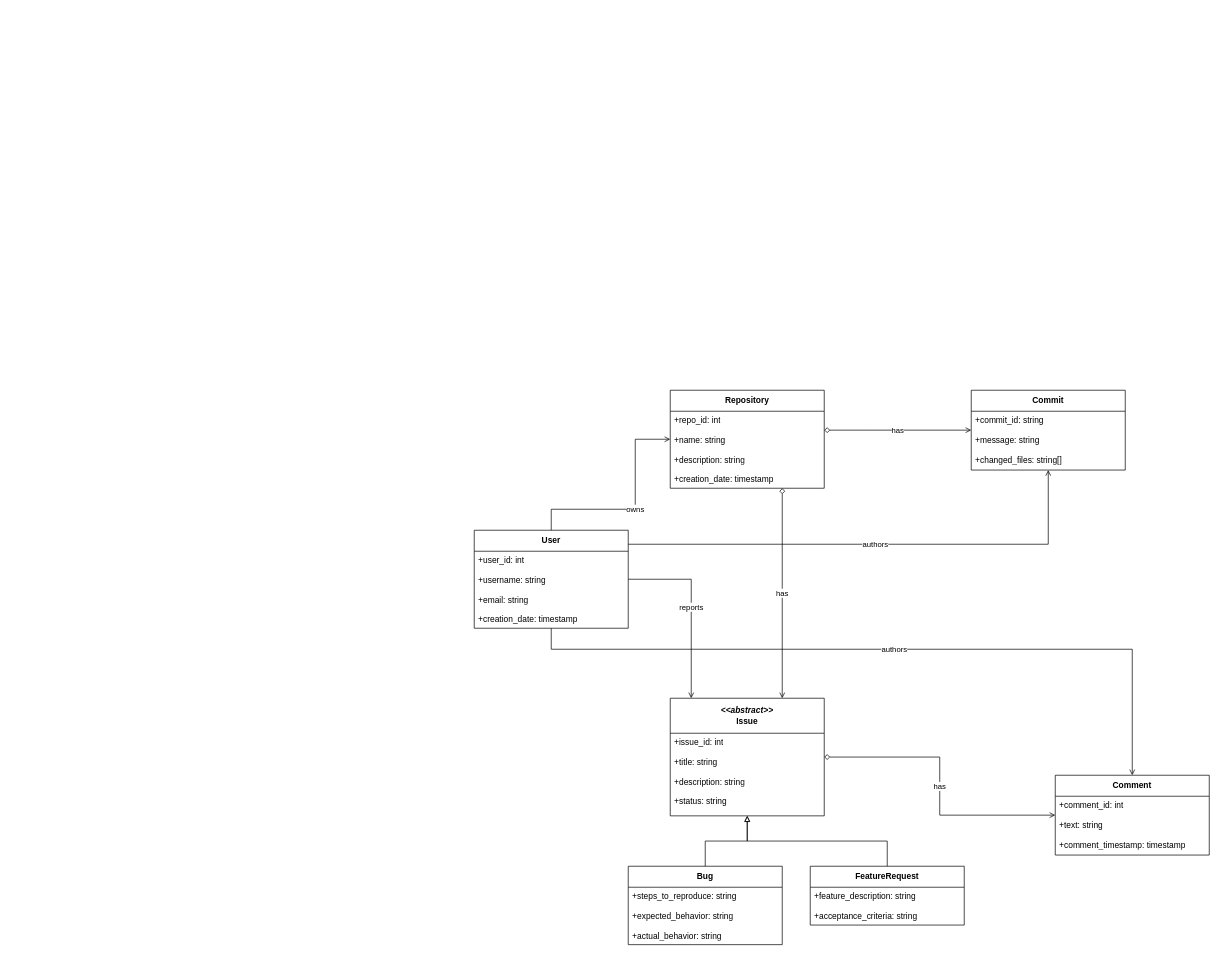
Earlier version of the draw.io diagram class-diagram.drawio (meowveloper-edu/buc-db-assignment-2). Source tidied: cells renumbered, new cells numbered last; positions are measured from the earlier drawing's top-left corner, leaving out a move shared by most shapes. Both pictures are drawn from the tidied source at 70%, with x=0, y=0 at pixel (474, 390).
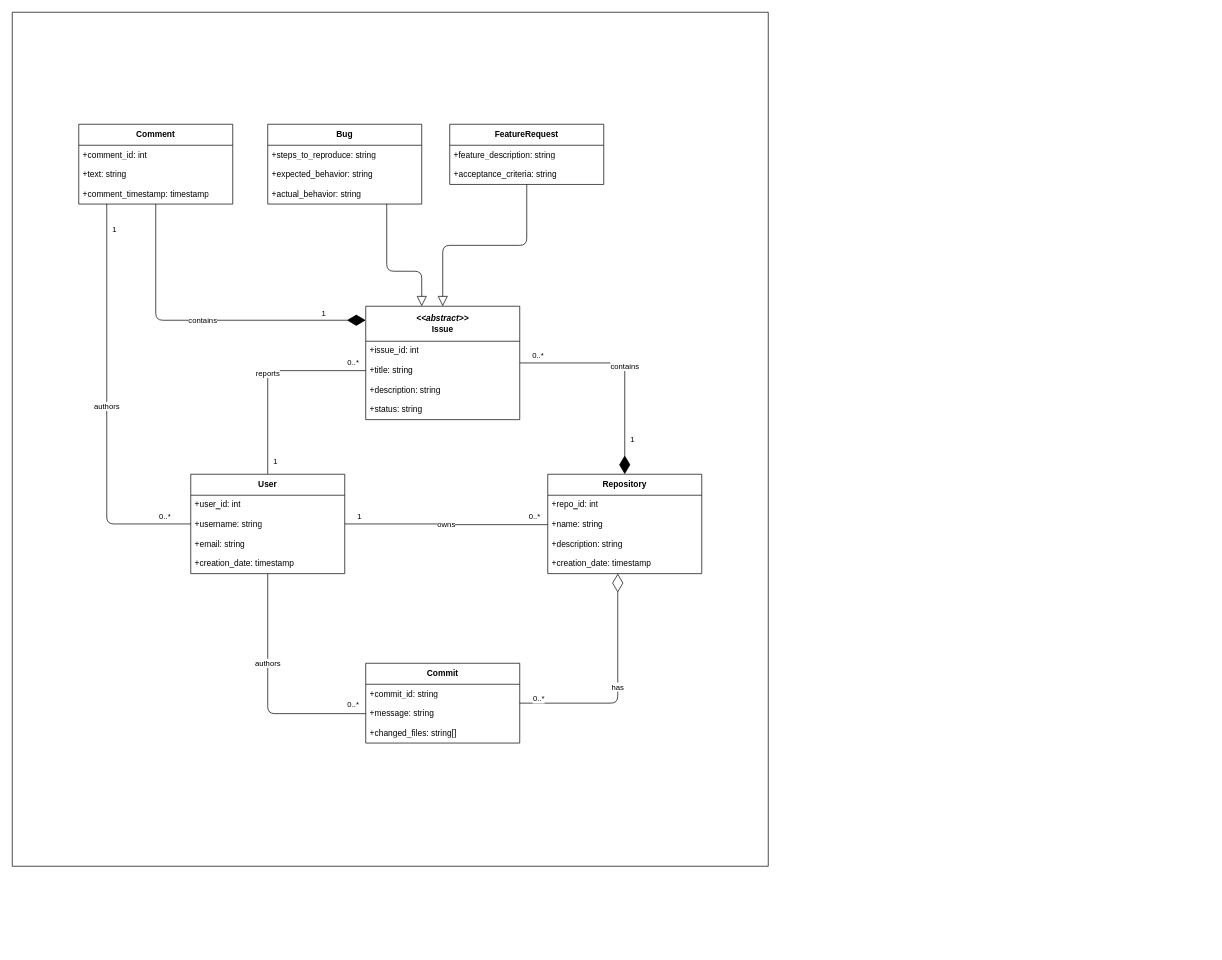
The same page after the edit.

The change refers to these unchanged cells:
```xml
<mxCell id="9" value="+name: string" style="text;strokeColor=none;fillColor=none;align=left;verticalAlign=top;spacingLeft=4;spacingRight=4;overflow=hidden;points=[[0,0.5],[1,0.5]];portConstraint=eastwest;whiteSpace=wrap;html=1;" parent="7" vertex="1">
  <mxGeometry y="58" width="220" height="28" as="geometry" />
</mxCell>
<mxCell id="14" value="+message: string" style="text;strokeColor=none;fillColor=none;align=left;verticalAlign=top;spacingLeft=4;spacingRight=4;overflow=hidden;points=[[0,0.5],[1,0.5]];portConstraint=eastwest;whiteSpace=wrap;html=1;" parent="12" vertex="1">
  <mxGeometry y="58" width="220" height="28" as="geometry" />
</mxCell>
<mxCell id="18" value="+title: string" style="text;strokeColor=none;fillColor=none;align=left;verticalAlign=top;spacingLeft=4;spacingRight=4;overflow=hidden;points=[[0,0.5],[1,0.5]];portConstraint=eastwest;whiteSpace=wrap;html=1;" parent="16" vertex="1">
  <mxGeometry y="78" width="220" height="28" as="geometry" />
</mxCell>
```

Diff of the diagram source:
```diff
@@
+    <mxCell id="41" style="swimlane;startSize=0;" parent="1" vertex="1">
+      <mxGeometry x="-660" y="-540" width="1080" height="1220" as="geometry" />
+    </mxCell>
+    <mxCell id="42" style="group;" parent="41" vertex="1">
+      <mxGeometry x="95" y="160" width="890" height="884" as="geometry" />
+    </mxCell>
+    <mxCell id="32" value="owns" style="edgeStyle=orthogonalEdgeStyle;rounded=1;jettySize=auto;html=1;entryX=0;entryY=0.5;entryDx=0;entryDy=0;endArrow=none;endFill=0;strokeWidth=1;curved=0;" parent="42" edge="1" source="2" target="9">
+      <mxGeometry relative="1" as="geometry" />
+    </mxCell>
+    <mxCell id="43" value="1" style="edgeLabel;html=1;align=center;verticalAlign=middle;" parent="32" vertex="1">
+      <mxGeometry x="-0.66" y="-2" relative="1" as="geometry">
+        <mxPoint x="-29" y="-13" as="offset" />
+      </mxGeometry>
+    </mxCell>
+    <mxCell id="44" value="0..*" style="edgeLabel;html=1;align=center;verticalAlign=middle;" parent="32" vertex="1">
+      <mxGeometry x="0.91" y="1" relative="1" as="geometry">
+        <mxPoint x="-7" y="-11" as="offset" />
+      </mxGeometry>
+    </mxCell>
+    <mxCell id="45" value="authors" style="edgeStyle=orthogonalEdgeStyle;rounded=1;jettySize=auto;html=1;entryX=0;entryY=0.5;entryDx=0;entryDy=0;endArrow=none;endFill=0;strokeWidth=1;curved=0;" parent="42" edge="1" source="2" target="14">
+      <mxGeometry x="-0.25" relative="1" as="geometry" />
+    </mxCell>
+    <mxCell id="46" value="0..*" style="edgeLabel;html=1;align=center;verticalAlign=middle;" parent="45" vertex="1">
+      <mxGeometry x="0.93" relative="1" as="geometry">
+        <mxPoint x="-7" y="-14" as="offset" />
+      </mxGeometry>
+    </mxCell>
+    <mxCell id="34" value="reports" style="edgeStyle=orthogonalEdgeStyle;rounded=1;jettySize=auto;html=1;entryX=0;entryY=0.5;entryDx=0;entryDy=0;curved=0;endArrow=none;endFill=0;" parent="42" edge="1" source="2" target="18">
+      <mxGeometry relative="1" as="geometry" />
+    </mxCell>
+    <mxCell id="47" value="1" style="edgeLabel;html=1;align=center;verticalAlign=middle;" parent="34" vertex="1">
+      <mxGeometry x="-0.87" relative="1" as="geometry">
+        <mxPoint x="10" as="offset" />
+      </mxGeometry>
+    </mxCell>
+    <mxCell id="48" value="0..*" style="edgeLabel;html=1;align=center;verticalAlign=middle;" parent="34" vertex="1">
+      <mxGeometry x="0.88" relative="1" as="geometry">
+        <mxPoint x="-2" y="-12" as="offset" />
+      </mxGeometry>
+    </mxCell>
-    <mxCell id="2" value="User" style="swimlane;fontStyle=1;horizontal=1;startSize=30;fillColor=#ffffff;whiteSpace=wrap;html=1;" parent="1" vertex="1">
-      <mxGeometry y="200" width="220" height="140" as="geometry" />
+    <mxCell id="2" value="User" style="swimlane;fontStyle=1;horizontal=1;startSize=30;fillColor=#ffffff;whiteSpace=wrap;html=1;" parent="42" vertex="1">
+      <mxGeometry x="160" y="500" width="220" height="142" as="geometry" />
     </mxCell>
@@
-    <mxCell id="6" value="+creation_date: timestamp" style="text;strokeColor=none;fillColor=none;align=left;verticalAlign=top;spacingLeft=4;spacingRight=4;overflow=hidden;whiteSpace=wrap;html=1;" parent="2" vertex="1">
-      <mxGeometry y="114" width="220" height="28" as="geometry" />
-    </mxCell>
+    <mxCell id="49" value="+creation_date: timestamp" style="text;strokeColor=none;fillColor=none;align=left;verticalAlign=top;spacingLeft=4;spacingRight=4;overflow=hidden;whiteSpace=wrap;html=1;" parent="2" vertex="1">
+      <mxGeometry y="114" width="220" height="28" as="geometry" />
+    </mxCell>
-    <mxCell id="7" value="Repository" style="swimlane;fontStyle=1;horizontal=1;startSize=30;fillColor=#ffffff;whiteSpace=wrap;html=1;" parent="1" vertex="1">
-      <mxGeometry x="280" width="220" height="140" as="geometry" />
+    <mxCell id="7" value="Repository" style="swimlane;fontStyle=1;horizontal=1;startSize=30;fillColor=#ffffff;whiteSpace=wrap;html=1;" parent="42" vertex="1">
+      <mxGeometry x="670" y="500" width="220" height="142" as="geometry" />
     </mxCell>
@@
-    <mxCell id="11" value="+creation_date: timestamp" style="text;strokeColor=none;fillColor=none;align=left;verticalAlign=top;spacingLeft=4;spacingRight=4;overflow=hidden;whiteSpace=wrap;html=1;" parent="7" vertex="1">
-      <mxGeometry y="114" width="220" height="28" as="geometry" />
-    </mxCell>
+    <mxCell id="50" value="+creation_date: timestamp" style="text;strokeColor=none;fillColor=none;align=left;verticalAlign=top;spacingLeft=4;spacingRight=4;overflow=hidden;whiteSpace=wrap;html=1;" parent="7" vertex="1">
+      <mxGeometry y="114" width="220" height="28" as="geometry" />
+    </mxCell>
-    <mxCell id="12" value="Commit" style="swimlane;fontStyle=1;horizontal=1;startSize=30;fillColor=#ffffff;whiteSpace=wrap;html=1;" parent="1" vertex="1">
-      <mxGeometry x="710" width="220" height="114" as="geometry" />
+    <mxCell id="12" value="Commit" style="swimlane;fontStyle=1;horizontal=1;startSize=30;fillColor=#ffffff;whiteSpace=wrap;html=1;" parent="42" vertex="1">
+      <mxGeometry x="410" y="770" width="220" height="114" as="geometry" />
     </mxCell>
@@
-    <mxCell id="16" value="&lt;i&gt;&amp;lt;&amp;lt;abstract&amp;gt;&amp;gt;&lt;/i&gt;&lt;br&gt;Issue" style="swimlane;fontStyle=1;horizontal=1;startSize=50;fillColor=#ffffff;whiteSpace=wrap;html=1;" parent="1" vertex="1">
-      <mxGeometry x="280" y="440" width="220" height="168" as="geometry" />
+    <mxCell id="16" value="&lt;i&gt;&amp;lt;&amp;lt;abstract&amp;gt;&amp;gt;&lt;/i&gt;&lt;br&gt;Issue" style="swimlane;fontStyle=1;horizontal=1;startSize=50;fillColor=#ffffff;whiteSpace=wrap;html=1;" parent="42" vertex="1">
+      <mxGeometry x="410" y="260" width="220" height="162" as="geometry" />
     </mxCell>
@@
+    <mxCell id="51" style="group;" parent="42" vertex="1">
+      <mxGeometry x="270" width="220" height="114" as="geometry" />
+    </mxCell>
-    <mxCell id="21" value="Bug" style="swimlane;fontStyle=1;horizontal=1;startSize=30;fillColor=#ffffff;whiteSpace=wrap;html=1;" parent="1" vertex="1">
-      <mxGeometry x="220" y="680" width="220" height="112" as="geometry" />
+    <mxCell id="21" value="Bug" style="swimlane;fontStyle=1;horizontal=1;startSize=30;fillColor=#ffffff;whiteSpace=wrap;html=1;" parent="51" vertex="1">
+      <mxGeometry width="220" height="114" as="geometry" />
     </mxCell>
-    <mxCell id="22" value="+steps_to_reproduce: string" style="text;strokeColor=none;fillColor=none;align=left;verticalAlign=top;spacingLeft=4;spacingRight=4;overflow=hidden;whiteSpace=wrap;html=1;" parent="21" vertex="1">
+    <mxCell id="22" value="+steps_to_reproduce: string" style="text;strokeColor=none;fillColor=none;align=left;verticalAlign=top;spacingLeft=4;spacingRight=4;overflow=hidden;whiteSpace=wrap;html=1;" parent="51" vertex="1">
       <mxGeometry y="30" width="220" height="28" as="geometry" />
     </mxCell>
-    <mxCell id="23" value="+expected_behavior: string" style="text;strokeColor=none;fillColor=none;align=left;verticalAlign=top;spacingLeft=4;spacingRight=4;overflow=hidden;whiteSpace=wrap;html=1;" parent="21" vertex="1">
+    <mxCell id="23" value="+expected_behavior: string" style="text;strokeColor=none;fillColor=none;align=left;verticalAlign=top;spacingLeft=4;spacingRight=4;overflow=hidden;whiteSpace=wrap;html=1;" parent="51" vertex="1">
       <mxGeometry y="58" width="220" height="28" as="geometry" />
     </mxCell>
-    <mxCell id="24" value="+actual_behavior: string" style="text;strokeColor=none;fillColor=none;align=left;verticalAlign=top;spacingLeft=4;spacingRight=4;overflow=hidden;whiteSpace=wrap;html=1;" parent="21" vertex="1">
+    <mxCell id="24" value="+actual_behavior: string" style="text;strokeColor=none;fillColor=none;align=left;verticalAlign=top;spacingLeft=4;spacingRight=4;overflow=hidden;whiteSpace=wrap;html=1;" parent="51" vertex="1">
       <mxGeometry y="86" width="220" height="28" as="geometry" />
     </mxCell>
+    <mxCell id="39" style="edgeStyle=orthogonalEdgeStyle;html=1;endSize=12;endArrow=block;endFill=0;rounded=1;" parent="42" edge="1" source="21" target="16">
+      <mxGeometry relative="1" as="geometry">
+        <Array as="points">
+          <mxPoint x="440" y="57" />
+          <mxPoint x="440" y="210" />
+          <mxPoint x="490" y="210" />
+        </Array>
+      </mxGeometry>
+    </mxCell>
+    <mxCell id="52" style="group;" parent="42" vertex="1">
+      <mxGeometry x="530" width="220" height="86" as="geometry" />
+    </mxCell>
-    <mxCell id="25" value="FeatureRequest" style="swimlane;fontStyle=1;horizontal=1;startSize=30;fillColor=#ffffff;whiteSpace=wrap;html=1;" parent="1" vertex="1">
-      <mxGeometry x="480" y="680" width="220" height="84" as="geometry" />
+    <mxCell id="25" value="FeatureRequest" style="swimlane;fontStyle=1;horizontal=1;startSize=30;fillColor=#ffffff;whiteSpace=wrap;html=1;" parent="52" vertex="1">
+      <mxGeometry width="220" height="86" as="geometry" />
     </mxCell>
-    <mxCell id="26" value="+feature_description: string" style="text;strokeColor=none;fillColor=none;align=left;verticalAlign=top;spacingLeft=4;spacingRight=4;overflow=hidden;whiteSpace=wrap;html=1;" parent="25" vertex="1">
+    <mxCell id="26" value="+feature_description: string" style="text;strokeColor=none;fillColor=none;align=left;verticalAlign=top;spacingLeft=4;spacingRight=4;overflow=hidden;whiteSpace=wrap;html=1;" parent="52" vertex="1">
       <mxGeometry y="30" width="220" height="28" as="geometry" />
     </mxCell>
-    <mxCell id="27" value="+acceptance_criteria: string" style="text;strokeColor=none;fillColor=none;align=left;verticalAlign=top;spacingLeft=4;spacingRight=4;overflow=hidden;whiteSpace=wrap;html=1;" parent="25" vertex="1">
+    <mxCell id="27" value="+acceptance_criteria: string" style="text;strokeColor=none;fillColor=none;align=left;verticalAlign=top;spacingLeft=4;spacingRight=4;overflow=hidden;whiteSpace=wrap;html=1;" parent="52" vertex="1">
       <mxGeometry y="58" width="220" height="28" as="geometry" />
     </mxCell>
+    <mxCell id="40" style="edgeStyle=orthogonalEdgeStyle;html=1;endSize=12;endArrow=block;endFill=0;rounded=1;" parent="42" edge="1" source="25" target="16">
+      <mxGeometry relative="1" as="geometry" />
+    </mxCell>
+    <mxCell id="53" style="group;" parent="42" vertex="1">
+      <mxGeometry width="220" height="114" as="geometry" />
+    </mxCell>
-    <mxCell id="28" value="Comment" style="swimlane;fontStyle=1;horizontal=1;startSize=30;fillColor=#ffffff;whiteSpace=wrap;html=1;" parent="1" vertex="1">
-      <mxGeometry x="830" y="550" width="220" height="114" as="geometry" />
+    <mxCell id="28" value="Comment" style="swimlane;fontStyle=1;horizontal=1;startSize=30;fillColor=#ffffff;whiteSpace=wrap;html=1;" parent="53" vertex="1">
+      <mxGeometry width="220" height="114" as="geometry" />
     </mxCell>
-    <mxCell id="29" value="+comment_id: int" style="text;strokeColor=none;fillColor=none;align=left;verticalAlign=top;spacingLeft=4;spacingRight=4;overflow=hidden;whiteSpace=wrap;html=1;" parent="28" vertex="1">
+    <mxCell id="29" value="+comment_id: int" style="text;strokeColor=none;fillColor=none;align=left;verticalAlign=top;spacingLeft=4;spacingRight=4;overflow=hidden;whiteSpace=wrap;html=1;" parent="53" vertex="1">
       <mxGeometry y="30" width="220" height="28" as="geometry" />
     </mxCell>
-    <mxCell id="30" value="+text: string" style="text;strokeColor=none;fillColor=none;align=left;verticalAlign=top;spacingLeft=4;spacingRight=4;overflow=hidden;whiteSpace=wrap;html=1;" parent="28" vertex="1">
+    <mxCell id="30" value="+text: string" style="text;strokeColor=none;fillColor=none;align=left;verticalAlign=top;spacingLeft=4;spacingRight=4;overflow=hidden;whiteSpace=wrap;html=1;" parent="53" vertex="1">
       <mxGeometry y="58" width="220" height="28" as="geometry" />
     </mxCell>
-    <mxCell id="31" value="+comment_timestamp: timestamp" style="text;strokeColor=none;fillColor=none;align=left;verticalAlign=top;spacingLeft=4;spacingRight=4;overflow=hidden;whiteSpace=wrap;html=1;" parent="28" vertex="1">
+    <mxCell id="31" value="+comment_timestamp: timestamp" style="text;strokeColor=none;fillColor=none;align=left;verticalAlign=top;spacingLeft=4;spacingRight=4;overflow=hidden;whiteSpace=wrap;html=1;" parent="53" vertex="1">
       <mxGeometry y="86" width="220" height="28" as="geometry" />
     </mxCell>
-    <mxCell id="32" value="owns" style="edgeStyle=orthogonalEdgeStyle;rounded=0;jettySize=auto;html=1;align=center;verticalAlign=middle;endArrow=open;endFill=0;" parent="1" edge="1" source="2" target="7">
-      <mxGeometry relative="1" as="geometry">
-        <Array as="points">
-          <mxPoint x="110" y="170" />
-          <mxPoint x="230" y="170" />
-          <mxPoint x="230" y="70" />
-        </Array>
-      </mxGeometry>
-    </mxCell>
-    <mxCell id="33" value="authors" style="edgeStyle=orthogonalEdgeStyle;rounded=0;jettySize=auto;html=1;align=center;verticalAlign=middle;endArrow=open;endFill=0;" parent="1" edge="1" source="2" target="12">
-      <mxGeometry relative="1" as="geometry">
-        <Array as="points">
-          <mxPoint x="820" y="220" />
-        </Array>
-      </mxGeometry>
-    </mxCell>
-    <mxCell id="34" value="reports" style="edgeStyle=orthogonalEdgeStyle;rounded=0;jettySize=auto;html=1;align=center;verticalAlign=middle;endArrow=open;endFill=0;" parent="1" edge="1" source="2" target="16">
-      <mxGeometry relative="1" as="geometry">
-        <Array as="points">
-          <mxPoint x="310" y="270" />
-        </Array>
-      </mxGeometry>
-    </mxCell>
-    <mxCell id="35" value="authors" style="edgeStyle=orthogonalEdgeStyle;rounded=0;jettySize=auto;html=1;align=center;verticalAlign=middle;endArrow=open;endFill=0;" parent="1" edge="1" source="2" target="28">
-      <mxGeometry relative="1" as="geometry">
-        <Array as="points">
-          <mxPoint x="110" y="370" />
-          <mxPoint x="940" y="370" />
-        </Array>
-      </mxGeometry>
-    </mxCell>
-    <mxCell id="36" value="has" style="edgeStyle=orthogonalEdgeStyle;rounded=0;jettySize=auto;html=1;align=center;verticalAlign=middle;endArrow=open;endFill=0;startArrow=diamond;startFill=0;" parent="1" edge="1" source="7" target="12">
-      <mxGeometry relative="1" as="geometry">
-        <Array as="points">
-          <mxPoint x="560" y="57" />
-          <mxPoint x="560" y="57" />
-        </Array>
-      </mxGeometry>
-    </mxCell>
-    <mxCell id="37" value="has" style="edgeStyle=orthogonalEdgeStyle;rounded=0;jettySize=auto;html=1;align=center;verticalAlign=middle;endArrow=open;endFill=0;startArrow=diamond;startFill=0;" parent="1" edge="1" source="7" target="16">
-      <mxGeometry relative="1" as="geometry">
-        <Array as="points">
-          <mxPoint x="440" y="280" />
-          <mxPoint x="440" y="280" />
-        </Array>
-      </mxGeometry>
-    </mxCell>
-    <mxCell id="38" value="has" style="edgeStyle=orthogonalEdgeStyle;rounded=0;jettySize=auto;html=1;align=center;verticalAlign=middle;endArrow=open;endFill=0;startArrow=diamond;startFill=0;" parent="1" edge="1" source="16" target="28">
-      <mxGeometry relative="1" as="geometry" />
-    </mxCell>
-    <mxCell id="39" style="endArrow=block;endFill=0;html=1;rounded=0;edgeStyle=orthogonalEdgeStyle;" parent="1" edge="1" source="21" target="16">
-      <mxGeometry relative="1" as="geometry" />
-    </mxCell>
-    <mxCell id="40" style="endArrow=block;endFill=0;html=1;rounded=0;edgeStyle=orthogonalEdgeStyle;" parent="1" edge="1" source="25" target="16">
-      <mxGeometry relative="1" as="geometry" />
-    </mxCell>
+    <mxCell id="54" value="contains" style="endArrow=diamondThin;endFill=1;endSize=24;html=1;rounded=1;edgeStyle=elbowEdgeStyle;elbow=vertical;" parent="42" edge="1" source="28" target="16">
+      <mxGeometry relative="1" as="geometry">
+        <Array as="points">
+          <mxPoint x="280" y="280" />
+        </Array>
+      </mxGeometry>
+    </mxCell>
+    <mxCell id="55" value="1" style="edgeLabel;html=1;align=center;verticalAlign=middle;" parent="54" vertex="1">
+      <mxGeometry x="0.74" y="-2" relative="1" as="geometry">
+        <mxPoint y="-12" as="offset" />
+      </mxGeometry>
+    </mxCell>
+    <mxCell id="56" value="contains" style="endArrow=diamondThin;endFill=1;endSize=24;html=1;rounded=1;edgeStyle=elbowEdgeStyle;curved=0;" parent="42" edge="1" source="16" target="7">
+      <mxGeometry relative="1" as="geometry">
+        <Array as="points">
+          <mxPoint x="780" y="460" />
+        </Array>
+      </mxGeometry>
+    </mxCell>
+    <mxCell id="57" value="0..*" style="edgeLabel;html=1;align=center;verticalAlign=middle;" parent="56" vertex="1">
+      <mxGeometry x="-0.84" y="-1" relative="1" as="geometry">
+        <mxPoint y="-12" as="offset" />
+      </mxGeometry>
+    </mxCell>
+    <mxCell id="58" value="1" style="edgeLabel;html=1;align=center;verticalAlign=middle;" parent="56" vertex="1">
+      <mxGeometry x="0.62" y="-2" relative="1" as="geometry">
+        <mxPoint x="12" y="8" as="offset" />
+      </mxGeometry>
+    </mxCell>
+    <mxCell id="59" value="has" style="endArrow=diamondThin;endFill=0;endSize=24;html=1;rounded=1;edgeStyle=elbowEdgeStyle;" parent="42" edge="1" source="12" target="7">
+      <mxGeometry relative="1" as="geometry">
+        <Array as="points">
+          <mxPoint x="770" y="710" />
+        </Array>
+      </mxGeometry>
+    </mxCell>
+    <mxCell id="60" value="0..*" style="edgeLabel;html=1;align=center;verticalAlign=middle;" parent="59" vertex="1">
+      <mxGeometry x="-0.84" y="-1" relative="1" as="geometry">
+        <mxPoint y="-8" as="offset" />
+      </mxGeometry>
+    </mxCell>
+    <mxCell id="61" value="authors" style="edgeStyle=elbowEdgeStyle;rounded=1;jettySize=auto;html=1;endArrow=none;endFill=0;" parent="42" edge="1" source="28" target="2">
+      <mxGeometry relative="1" as="geometry">
+        <Array as="points">
+          <mxPoint x="40" y="310" />
+        </Array>
+      </mxGeometry>
+    </mxCell>
+    <mxCell id="62" value="0..*" style="edgeLabel;html=1;align=center;verticalAlign=middle;" parent="61" vertex="1">
+      <mxGeometry x="0.87" y="1" relative="1" as="geometry">
+        <mxPoint y="-10" as="offset" />
+      </mxGeometry>
+    </mxCell>
+    <mxCell id="63" value="1" style="edgeLabel;html=1;align=center;verticalAlign=middle;" parent="61" vertex="1">
+      <mxGeometry x="-0.88" relative="1" as="geometry">
+        <mxPoint x="10" as="offset" />
+      </mxGeometry>
+    </mxCell>
```
